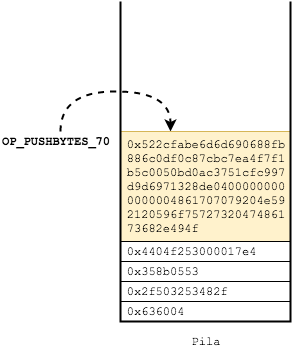
Before: img/Bitcoin_transactions_stack_05.png, a diagram exported from draw.io (JavDomGom/Bitcoin_script_language). Source tidied: cells renumbered, new cells last; positions are measured from the earlier drawing's top-left corner, leaving out a move shared by most shapes.
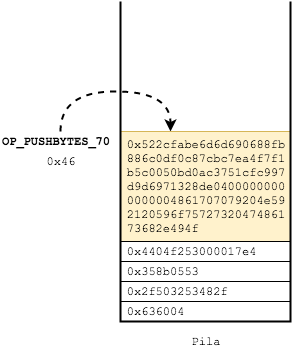
After the commit.

Change to the diagram source:
```diff
@@ -42,5 +42,8 @@
         </Array>
       </mxGeometry>
     </mxCell>
+    <mxCell id="11" value="0x46" style="text;html=1;strokeColor=none;fillColor=none;align=center;verticalAlign=middle;whiteSpace=wrap;rounded=0;fontFamily=Courier New;" parent="1" vertex="1">
+      <mxGeometry x="40" y="150" width="40" height="20" as="geometry" />
+    </mxCell>
   </root>
 </mxGraphModel>
```
